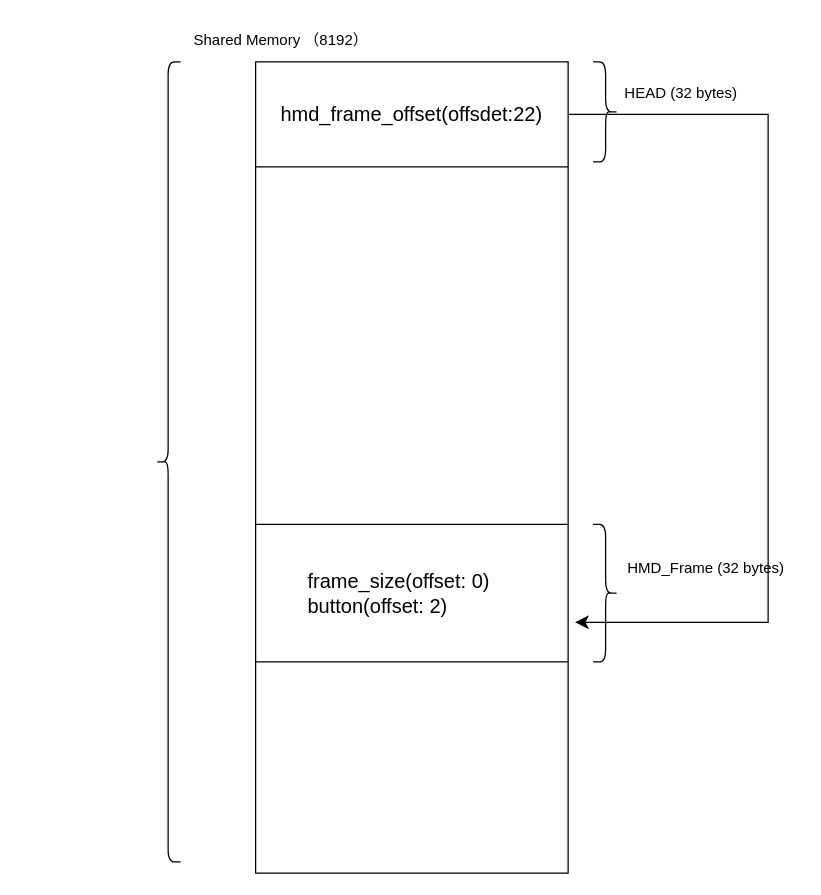
Above: hmd_data_frame.drawio in dig5864/vimrc (draw.io), before the change. Source tidied: cells renumbered, new cells numbered last; positions are measured from the earlier drawing's top-left corner, leaving out a move shared by most shapes. Both pictures are drawn from the tidied source at 125%, with x=0, y=0 at pixel (155, 21).
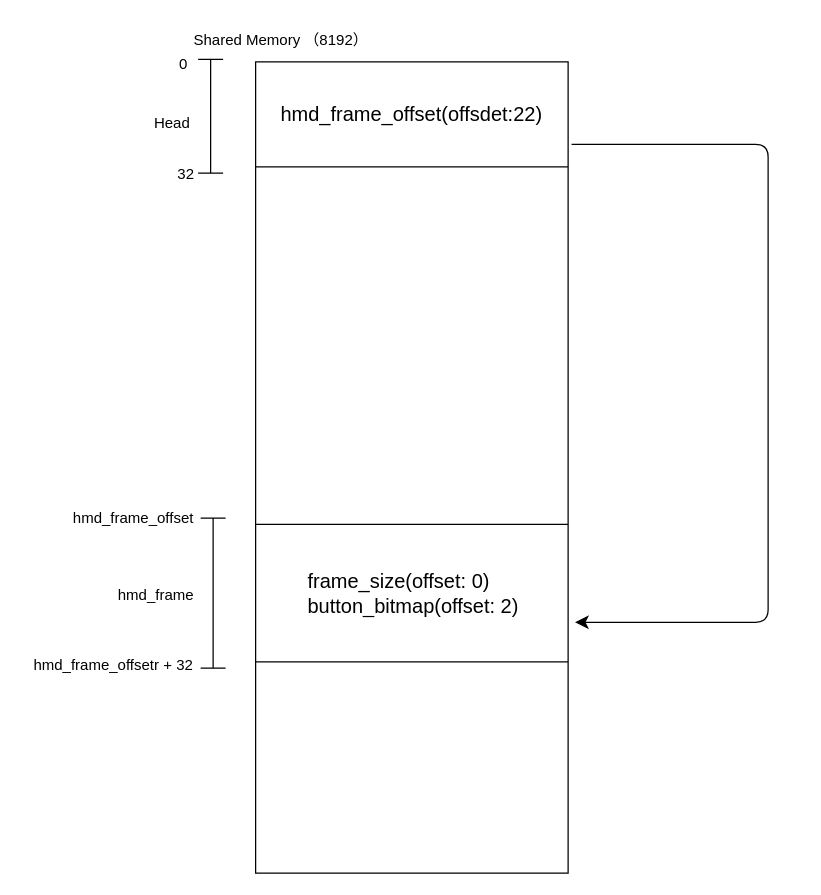
The same page after the edit.

Diff of the diagram source:
```diff
@@
-    <mxCell id="2" style="shape=table;startSize=0;childLayout=tableLayout;fontSize=16;" parent="1" vertex="1">
+    <mxCell id="2" style="shape=table;startSize=0;childLayout=tableLayout;fontSize=16;rounded=1;" parent="1" vertex="1">
       <mxGeometry x="80" y="32" width="250" height="649" as="geometry" />
     </mxCell>
-    <mxCell id="3" style="shape=tableRow;horizontal=0;startSize=0;swimlaneHead=0;swimlaneBody=0;strokeColor=inherit;top=0;left=0;bottom=0;right=0;fillColor=none;points=[[0,0.5],[1,0.5]];portConstraint=eastwest;fontSize=16;" parent="2" vertex="1">
+    <mxCell id="3" style="shape=tableRow;horizontal=0;startSize=0;swimlaneHead=0;swimlaneBody=0;strokeColor=inherit;top=0;left=0;bottom=0;right=0;fillColor=none;points=[[0,0.5],[1,0.5]];portConstraint=eastwest;fontSize=16;rounded=1;" parent="2" vertex="1">
       <mxGeometry width="250" height="84" as="geometry" />
     </mxCell>
-    <mxCell id="4" value="hmd_frame_offset(offsdet:22)" style="shape=partialRectangle;html=1;whiteSpace=wrap;strokeColor=inherit;overflow=hidden;fillColor=none;top=0;left=0;bottom=0;right=0;fontSize=16;" parent="3" vertex="1">
+    <mxCell id="4" value="hmd_frame_offset(offsdet:22)" style="shape=partialRectangle;html=1;whiteSpace=wrap;strokeColor=inherit;overflow=hidden;fillColor=none;top=0;left=0;bottom=0;right=0;fontSize=16;rounded=1;" parent="3" vertex="1">
       <mxGeometry width="250" height="84" as="geometry" />
     </mxCell>
-    <mxCell id="5" style="shape=tableRow;horizontal=0;startSize=0;swimlaneHead=0;swimlaneBody=0;strokeColor=inherit;top=0;left=0;bottom=0;right=0;fillColor=none;fontSize=16;" parent="2" vertex="1">
+    <mxCell id="5" style="shape=tableRow;horizontal=0;startSize=0;swimlaneHead=0;swimlaneBody=0;strokeColor=inherit;top=0;left=0;bottom=0;right=0;fillColor=none;fontSize=16;rounded=1;" parent="2" vertex="1">
       <mxGeometry y="84" width="250" height="286" as="geometry" />
     </mxCell>
-    <mxCell id="6" style="shape=partialRectangle;html=1;whiteSpace=wrap;strokeColor=inherit;overflow=hidden;fillColor=none;top=0;left=0;bottom=0;right=0;fontSize=16;" parent="5" vertex="1">
+    <mxCell id="6" style="shape=partialRectangle;html=1;whiteSpace=wrap;strokeColor=inherit;overflow=hidden;fillColor=none;top=0;left=0;bottom=0;right=0;fontSize=16;rounded=1;" parent="5" vertex="1">
       <mxGeometry width="250" height="286" as="geometry" />
     </mxCell>
-    <mxCell id="7" style="shape=tableRow;horizontal=0;startSize=0;swimlaneHead=0;swimlaneBody=0;strokeColor=inherit;top=0;left=0;bottom=0;right=0;fillColor=none;points=[[0,0.5],[1,0.5]];portConstraint=eastwest;fontSize=16;" parent="2" vertex="1">
+    <mxCell id="7" style="shape=tableRow;horizontal=0;startSize=0;swimlaneHead=0;swimlaneBody=0;strokeColor=inherit;top=0;left=0;bottom=0;right=0;fillColor=none;points=[[0,0.5],[1,0.5]];portConstraint=eastwest;fontSize=16;rounded=1;" parent="2" vertex="1">
       <mxGeometry y="370" width="250" height="110" as="geometry" />
     </mxCell>
-    <mxCell id="8" value="&lt;blockquote style=&quot;margin: 0 0 0 40px; border: none; padding: 0px;&quot;&gt;frame_size(offset: 0)&lt;div&gt;button(offset: 2)&lt;/div&gt;&lt;/blockquote&gt;" style="shape=partialRectangle;html=1;whiteSpace=wrap;strokeColor=inherit;overflow=hidden;fillColor=none;top=0;left=0;bottom=0;right=0;fontSize=16;align=left;" parent="7" vertex="1">
+    <mxCell id="8" value="&lt;blockquote style=&quot;margin: 0 0 0 40px; border: none; padding: 0px;&quot;&gt;frame_size(offset: 0)&lt;div&gt;button_bitmap(offset: 2)&lt;/div&gt;&lt;/blockquote&gt;" style="shape=partialRectangle;html=1;whiteSpace=wrap;strokeColor=inherit;overflow=hidden;fillColor=none;top=0;left=0;bottom=0;right=0;fontSize=16;align=left;rounded=1;" parent="7" vertex="1">
       <mxGeometry width="250" height="110" as="geometry" />
     </mxCell>
-    <mxCell id="9" style="shape=tableRow;horizontal=0;startSize=0;swimlaneHead=0;swimlaneBody=0;strokeColor=inherit;top=0;left=0;bottom=0;right=0;fillColor=none;fontSize=16;" parent="2" vertex="1">
+    <mxCell id="9" style="shape=tableRow;horizontal=0;startSize=0;swimlaneHead=0;swimlaneBody=0;strokeColor=inherit;top=0;left=0;bottom=0;right=0;fillColor=none;fontSize=16;rounded=1;" parent="2" vertex="1">
       <mxGeometry y="480" width="250" height="169" as="geometry" />
     </mxCell>
-    <mxCell id="10" style="shape=partialRectangle;html=1;whiteSpace=wrap;strokeColor=inherit;overflow=hidden;fillColor=none;top=0;left=0;bottom=0;right=0;fontSize=16;align=left;" parent="9" vertex="1">
+    <mxCell id="10" style="shape=partialRectangle;html=1;whiteSpace=wrap;strokeColor=inherit;overflow=hidden;fillColor=none;top=0;left=0;bottom=0;right=0;fontSize=16;align=left;rounded=1;" parent="9" vertex="1">
       <mxGeometry width="250" height="169" as="geometry" />
     </mxCell>
-    <mxCell id="11" style="edgeStyle=elbowEdgeStyle;elbow=vertical;endArrow=classic;html=1;curved=0;rounded=0;endSize=8;startSize=8;exitX=1;exitY=0.5;exitDx=0;exitDy=0;entryX=1.022;entryY=0.712;entryDx=0;entryDy=0;entryPerimeter=0;" parent="2" edge="1" source="3" target="7">
+    <mxCell id="11" style="edgeStyle=elbowEdgeStyle;elbow=vertical;endArrow=classic;html=1;curved=0;rounded=1;endSize=8;startSize=8;exitX=1.011;exitY=0.786;exitDx=0;exitDy=0;entryX=1.022;entryY=0.712;entryDx=0;entryDy=0;entryPerimeter=0;exitPerimeter=0;" parent="2" edge="1" source="3" target="7">
       <mxGeometry relative="1" as="geometry">
         <Array as="points">
           <mxPoint x="410" y="60" />
           <mxPoint x="530" y="430" />
           <mxPoint x="440" y="440" />
         </Array>
       </mxGeometry>
     </mxCell>
-    <mxCell id="12" value="Shared Memory （8192）" style="text;html=1;align=center;verticalAlign=middle;strokeColor=none;fillColor=none;" parent="1" vertex="1">
+    <mxCell id="12" value="Shared Memory （8192）" style="text;html=1;align=center;verticalAlign=middle;strokeColor=none;fillColor=none;rounded=1;" parent="1" vertex="1">
       <mxGeometry x="20" width="160" height="30" as="geometry" />
     </mxCell>
-    <mxCell id="13" style="shape=curlyBracket;whiteSpace=wrap;html=1;rounded=1;labelPosition=left;verticalLabelPosition=middle;align=right;verticalAlign=middle;" parent="1" vertex="1">
-      <mxGeometry y="32" width="20" height="640" as="geometry" />
-    </mxCell>
-    <mxCell id="14" style="shape=curlyBracket;whiteSpace=wrap;html=1;rounded=1;flipH=1;labelPosition=right;verticalLabelPosition=middle;align=left;verticalAlign=middle;" parent="1" vertex="1">
-      <mxGeometry x="350" y="32" width="20" height="80" as="geometry" />
-    </mxCell>
-    <mxCell id="15" value="HEAD (32 bytes)" style="text;html=1;align=center;verticalAlign=middle;strokeColor=none;fillColor=none;" parent="1" vertex="1">
-      <mxGeometry x="365" y="42" width="110" height="30" as="geometry" />
-    </mxCell>
-    <mxCell id="16" style="shape=curlyBracket;whiteSpace=wrap;html=1;rounded=1;flipH=1;labelPosition=right;verticalLabelPosition=middle;align=left;verticalAlign=middle;" parent="1" vertex="1">
-      <mxGeometry x="350" y="402" width="20" height="110" as="geometry" />
-    </mxCell>
-    <mxCell id="17" value="HMD_Frame (32 bytes)" style="text;html=1;align=center;verticalAlign=middle;strokeColor=none;fillColor=none;" parent="1" vertex="1">
-      <mxGeometry x="365" y="422" width="150" height="30" as="geometry" />
-    </mxCell>
+    <mxCell id="18" style="shape=crossbar;whiteSpace=wrap;html=1;rounded=1;direction=south;" parent="1" vertex="1">
+      <mxGeometry x="36" y="397" width="20" height="120" as="geometry" />
+    </mxCell>
+    <mxCell id="19" value="hmd_frame_offset" style="text;html=1;align=center;verticalAlign=middle;strokeColor=none;fillColor=none;" parent="1" vertex="1">
+      <mxGeometry x="-76" y="384" width="115" height="26" as="geometry" />
+    </mxCell>
+    <mxCell id="20" value="hmd_frame_offsetr + 32" style="text;html=1;align=center;verticalAlign=middle;strokeColor=none;fillColor=none;" parent="1" vertex="1">
+      <mxGeometry x="-107" y="502" width="146" height="26" as="geometry" />
+    </mxCell>
+    <mxCell id="21" value="hmd_frame" style="text;html=1;align=center;verticalAlign=middle;strokeColor=none;fillColor=none;" parent="1" vertex="1">
+      <mxGeometry x="-40" y="446" width="79" height="26" as="geometry" />
+    </mxCell>
+    <mxCell id="22" style="shape=crossbar;whiteSpace=wrap;html=1;rounded=1;direction=south;" parent="1" vertex="1">
+      <mxGeometry x="34" y="30" width="20" height="91" as="geometry" />
+    </mxCell>
+    <mxCell id="23" value="0" style="text;html=1;align=center;verticalAlign=middle;strokeColor=none;fillColor=none;" parent="1" vertex="1">
+      <mxGeometry x="9" y="21" width="25" height="26" as="geometry" />
+    </mxCell>
+    <mxCell id="24" value="32" style="text;html=1;align=center;verticalAlign=middle;strokeColor=none;fillColor=none;" parent="1" vertex="1">
+      <mxGeometry x="8" y="109" width="31" height="26" as="geometry" />
+    </mxCell>
+    <mxCell id="25" value="Head" style="text;html=1;align=center;verticalAlign=middle;strokeColor=none;fillColor=none;" parent="1" vertex="1">
+      <mxGeometry x="-11" y="68" width="47" height="26" as="geometry" />
+    </mxCell>
```
